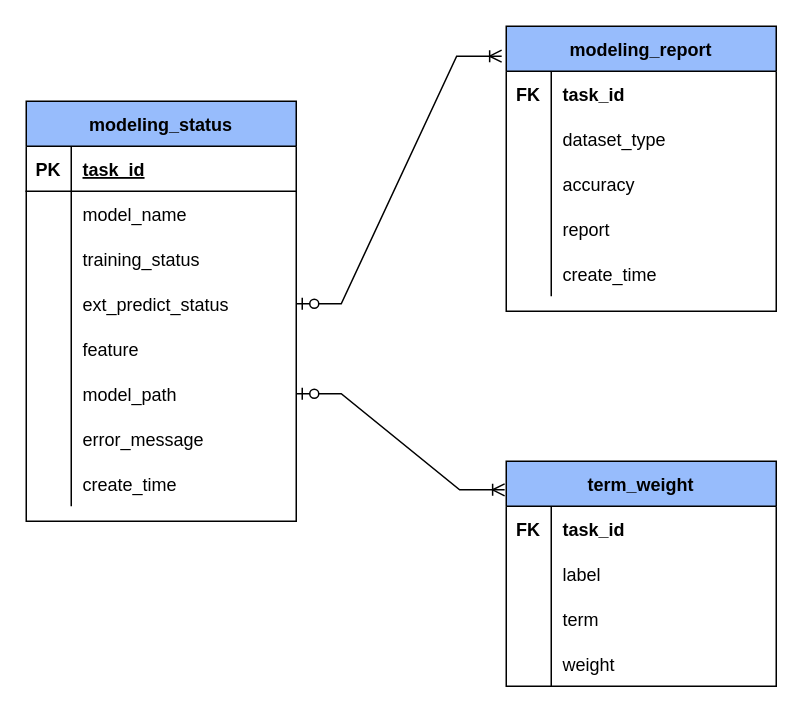
Before: page "db_frame" (7 of 8) of graph/modeling_api.drawio in ychuang789/labelapi, a draw.io diagram. Source tidied: cells renumbered, new cells numbered last; positions are measured from the earlier drawing's top-left corner, leaving out a move shared by most shapes. Both pictures are drawn from the tidied source at 150%, with x=0, y=0 at pixel (26, 26).
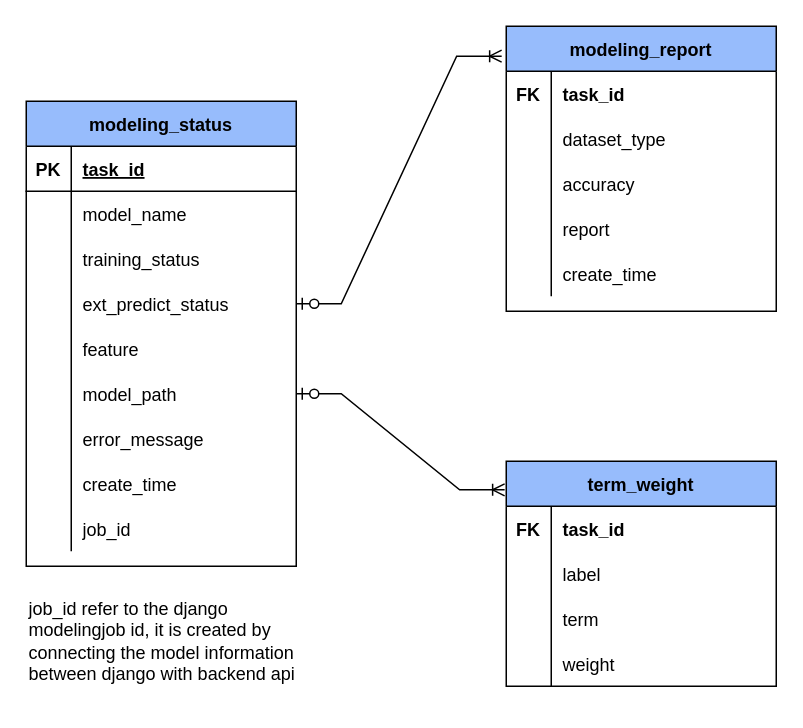
The same page after the edit.

The edit, as a diff of the source:
```diff
@@
     <mxCell id="2" value="modeling_status" style="shape=table;startSize=30;childLayout=tableLayout;rowLines=0;fontStyle=1;align=center;strokeColor=default;fillColor=#97BCFC;" parent="1" vertex="1">
-      <mxGeometry y="50" width="180" height="280" as="geometry" />
+      <mxGeometry y="50" width="180" height="310" as="geometry" />
     </mxCell>
@@
+    <mxCell id="58" style="shape=partialRectangle;fillColor=none;top=0;left=0;bottom=0;right=0;strokeColor=default;align=center;" parent="2" vertex="1">
+      <mxGeometry y="270" width="180" height="30" as="geometry" />
+    </mxCell>
+    <mxCell id="59" style="shape=partialRectangle;fillColor=none;top=0;left=0;bottom=0;right=0;overflow=hidden;strokeColor=default;align=center;" parent="58" vertex="1">
+      <mxGeometry width="30" height="30" as="geometry" />
+    </mxCell>
+    <mxCell id="60" value="job_id" style="shape=partialRectangle;fillColor=none;top=0;left=0;bottom=0;right=0;align=left;spacingLeft=6;overflow=hidden;strokeColor=default;" parent="58" vertex="1">
+      <mxGeometry x="30" width="150" height="30" as="geometry" />
+    </mxCell>
@@
+    <mxCell id="61" value="job_id refer to the django modelingjob id, it is created by connecting the model information between django with backend api" style="text;html=1;strokeColor=none;fillColor=none;align=left;verticalAlign=middle;whiteSpace=wrap;rounded=0;" parent="1" vertex="1">
+      <mxGeometry y="370" width="180" height="80" as="geometry" />
+    </mxCell>
```
